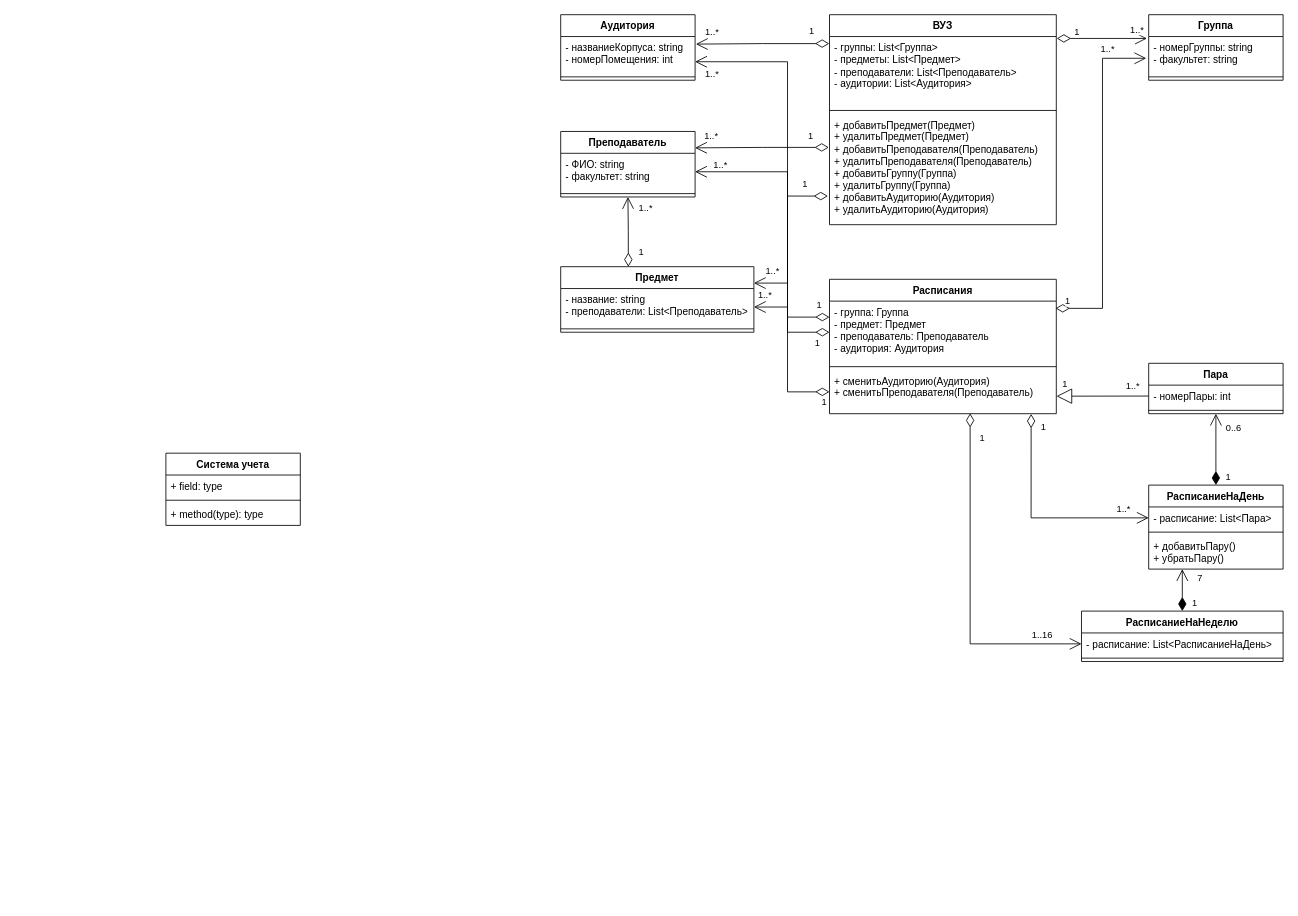
The draw.io diagram Пятая практика.drawio in sergkhr/VUZsystemModeling, before the edit. Source tidied: cells renumbered, new cells numbered last; positions are measured from the earlier drawing's top-left corner, leaving out a move shared by most shapes. Both pictures are drawn from the tidied source at 84%, with x=0, y=0 at pixel (165, 14).
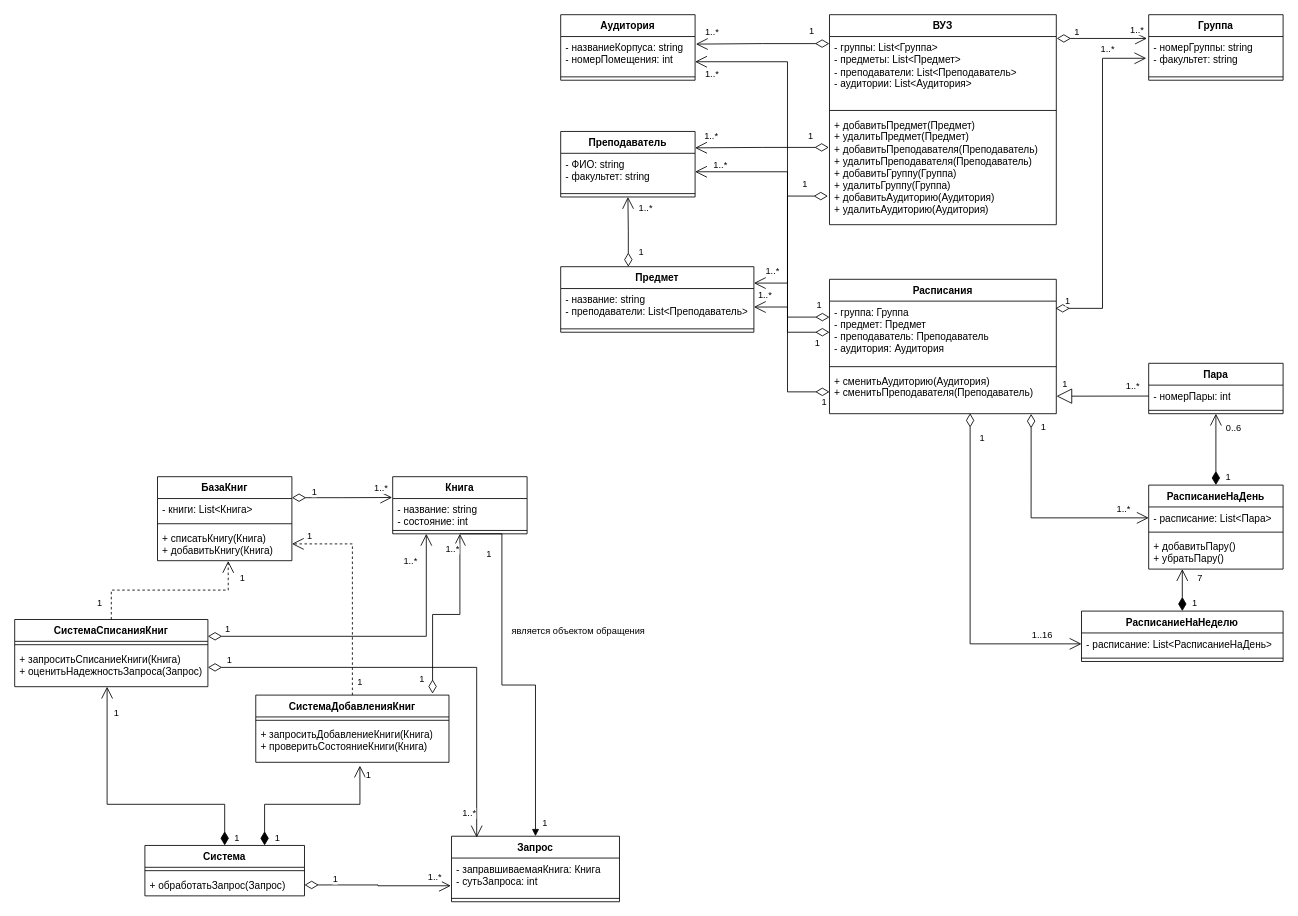
Above is the later version.

What changed in the source:
```diff
@@
-    <mxCell id="60" value="Система учета" style="swimlane;fontStyle=1;align=center;verticalAlign=top;horizontal=1;startSize=26;whiteSpace=wrap;html=1;" parent="1" vertex="1">
-      <mxGeometry y="522" width="160" height="86" as="geometry" />
+    <mxCell id="60" value="БазаКниг" style="swimlane;fontStyle=1;align=center;verticalAlign=top;horizontal=1;startSize=26;whiteSpace=wrap;html=1;" parent="1" vertex="1">
+      <mxGeometry x="-10" y="550" width="160" height="100" as="geometry" />
     </mxCell>
-    <mxCell id="61" value="+ field: type" style="text;strokeColor=none;fillColor=none;align=left;verticalAlign=top;spacingLeft=4;spacingRight=4;overflow=hidden;whiteSpace=wrap;html=1;" parent="60" vertex="1">
+    <mxCell id="61" value="- книги: List&amp;lt;Книга&amp;gt;" style="text;strokeColor=none;fillColor=none;align=left;verticalAlign=top;spacingLeft=4;spacingRight=4;overflow=hidden;whiteSpace=wrap;html=1;" parent="60" vertex="1">
       <mxGeometry y="26" width="160" height="26" as="geometry" />
     </mxCell>
@@
-    <mxCell id="63" value="+ method(type): type" style="text;strokeColor=none;fillColor=none;align=left;verticalAlign=top;spacingLeft=4;spacingRight=4;overflow=hidden;points=[[0,0.5],[1,0.5]];portConstraint=eastwest;whiteSpace=wrap;html=1;" parent="60" vertex="1">
-      <mxGeometry y="60" width="160" height="26" as="geometry" />
+    <mxCell id="63" value="+ списатьКнигу(Книга)&lt;br&gt;+ добавитьКнигу(Книга)" style="text;strokeColor=none;fillColor=none;align=left;verticalAlign=top;spacingLeft=4;spacingRight=4;overflow=hidden;points=[[0,0.5],[1,0.5]];portConstraint=eastwest;whiteSpace=wrap;html=1;" parent="60" vertex="1">
+      <mxGeometry y="60" width="160" height="40" as="geometry" />
     </mxCell>
+    <mxCell id="64" value="Книга" style="swimlane;fontStyle=1;align=center;verticalAlign=top;horizontal=1;startSize=26;whiteSpace=wrap;html=1;" parent="1" vertex="1">
+      <mxGeometry x="270" y="550" width="160" height="68" as="geometry" />
+    </mxCell>
+    <mxCell id="65" value="- название: string&lt;br&gt;- состояние: int" style="text;strokeColor=none;fillColor=none;align=left;verticalAlign=top;spacingLeft=4;spacingRight=4;overflow=hidden;points=[[0,0.5],[1,0.5]];portConstraint=eastwest;whiteSpace=wrap;html=1;" parent="64" vertex="1">
+      <mxGeometry y="26" width="160" height="34" as="geometry" />
+    </mxCell>
+    <mxCell id="66" style="line;strokeWidth=1;fillColor=none;align=left;verticalAlign=middle;spacingTop=-1;spacingLeft=3;spacingRight=3;labelPosition=right;strokeColor=inherit;" parent="64" vertex="1">
+      <mxGeometry y="60" width="160" height="8" as="geometry" />
+    </mxCell>
+    <mxCell id="67" value="1" style="endArrow=open;html=1;endSize=12;startArrow=diamondThin;startSize=14;startFill=0;edgeStyle=orthogonalEdgeStyle;align=left;verticalAlign=bottom;rounded=0;exitX=1;exitY=0.25;exitDx=0;exitDy=0;entryX=-0.004;entryY=-0.036;entryDx=0;entryDy=0;entryPerimeter=0;" parent="1" edge="1" source="60" target="65">
+      <mxGeometry x="-0.64" y="-2" relative="1" as="geometry" />
+    </mxCell>
+    <mxCell id="68" value="1..*" style="edgeLabel;html=1;align=center;verticalAlign=middle;" parent="67" vertex="1">
+      <mxGeometry x="0.77" y="-2" relative="1" as="geometry">
+        <mxPoint y="-13" as="offset" />
+      </mxGeometry>
+    </mxCell>
+    <mxCell id="69" value="СистемаСписанияКниг" style="swimlane;fontStyle=1;align=center;verticalAlign=top;horizontal=1;startSize=26;whiteSpace=wrap;html=1;" parent="1" vertex="1">
+      <mxGeometry x="-180" y="720" width="230" height="80" as="geometry" />
+    </mxCell>
+    <mxCell id="70" style="line;strokeWidth=1;fillColor=none;align=left;verticalAlign=middle;spacingTop=-1;spacingLeft=3;spacingRight=3;labelPosition=right;strokeColor=inherit;" parent="69" vertex="1">
+      <mxGeometry y="26" width="230" height="8" as="geometry" />
+    </mxCell>
+    <mxCell id="71" value="+ запроситьСписаниеКниги(Книга)&lt;br&gt;+ оценитьНадежностьЗапроса(Запрос)" style="text;strokeColor=none;fillColor=none;align=left;verticalAlign=top;spacingLeft=4;spacingRight=4;overflow=hidden;points=[[0,0.5],[1,0.5]];portConstraint=eastwest;whiteSpace=wrap;html=1;" parent="69" vertex="1">
+      <mxGeometry y="34" width="230" height="46" as="geometry" />
+    </mxCell>
+    <mxCell id="72" value="СистемаДобавленияКниг" style="swimlane;fontStyle=1;align=center;verticalAlign=top;horizontal=1;startSize=26;whiteSpace=wrap;html=1;" parent="1" vertex="1">
+      <mxGeometry x="107" y="810" width="230" height="80" as="geometry" />
+    </mxCell>
+    <mxCell id="73" style="line;strokeWidth=1;fillColor=none;align=left;verticalAlign=middle;spacingTop=-1;spacingLeft=3;spacingRight=3;labelPosition=right;strokeColor=inherit;" parent="72" vertex="1">
+      <mxGeometry y="26" width="230" height="8" as="geometry" />
+    </mxCell>
+    <mxCell id="74" value="+ запроситьДобавлениеКниги(Книга)&lt;br&gt;+ проверитьСостояниеКниги(Книга)" style="text;strokeColor=none;fillColor=none;align=left;verticalAlign=top;spacingLeft=4;spacingRight=4;overflow=hidden;points=[[0,0.5],[1,0.5]];portConstraint=eastwest;whiteSpace=wrap;html=1;" parent="72" vertex="1">
+      <mxGeometry y="34" width="230" height="46" as="geometry" />
+    </mxCell>
+    <mxCell id="75" value="Система" style="swimlane;fontStyle=1;align=center;verticalAlign=top;horizontal=1;startSize=26;whiteSpace=wrap;html=1;" parent="1" vertex="1">
+      <mxGeometry x="-25" y="989" width="190" height="60" as="geometry" />
+    </mxCell>
+    <mxCell id="76" style="line;strokeWidth=1;fillColor=none;align=left;verticalAlign=middle;spacingTop=-1;spacingLeft=3;spacingRight=3;labelPosition=right;strokeColor=inherit;" parent="75" vertex="1">
+      <mxGeometry y="26" width="190" height="8" as="geometry" />
+    </mxCell>
+    <mxCell id="77" value="+ обработатьЗапрос(Запрос)" style="text;strokeColor=none;fillColor=none;align=left;verticalAlign=top;spacingLeft=4;spacingRight=4;overflow=hidden;points=[[0,0.5],[1,0.5]];portConstraint=eastwest;whiteSpace=wrap;html=1;" parent="75" vertex="1">
+      <mxGeometry y="34" width="190" height="26" as="geometry" />
+    </mxCell>
+    <mxCell id="78" value="Запрос" style="swimlane;fontStyle=1;align=center;verticalAlign=top;horizontal=1;startSize=26;whiteSpace=wrap;html=1;" parent="1" vertex="1">
+      <mxGeometry x="340" y="978" width="200" height="78" as="geometry" />
+    </mxCell>
+    <mxCell id="79" value="- заправшиваемаяКнига: Книга&lt;br&gt;- сутьЗапроса: int" style="text;strokeColor=none;fillColor=none;align=left;verticalAlign=top;spacingLeft=4;spacingRight=4;overflow=hidden;points=[[0,0.5],[1,0.5]];portConstraint=eastwest;whiteSpace=wrap;html=1;" parent="78" vertex="1">
+      <mxGeometry y="26" width="200" height="44" as="geometry" />
+    </mxCell>
+    <mxCell id="80" style="line;strokeWidth=1;fillColor=none;align=left;verticalAlign=middle;spacingTop=-1;spacingLeft=3;spacingRight=3;labelPosition=right;strokeColor=inherit;" parent="78" vertex="1">
+      <mxGeometry y="70" width="200" height="8" as="geometry" />
+    </mxCell>
+    <mxCell id="81" value="1" style="endArrow=open;html=1;endSize=12;startArrow=diamondThin;startSize=14;startFill=0;edgeStyle=orthogonalEdgeStyle;align=left;verticalAlign=bottom;rounded=0;exitX=1;exitY=0.5;exitDx=0;exitDy=0;entryX=-0.004;entryY=0.75;entryDx=0;entryDy=0;entryPerimeter=0;" parent="1" edge="1" source="77" target="79">
+      <mxGeometry x="-0.64" y="-2" relative="1" as="geometry" />
+    </mxCell>
+    <mxCell id="82" value="1..*" style="edgeLabel;html=1;align=center;verticalAlign=middle;" parent="81" vertex="1">
+      <mxGeometry x="0.77" y="-2" relative="1" as="geometry">
+        <mxPoint y="-13" as="offset" />
+      </mxGeometry>
+    </mxCell>
+    <mxCell id="83" value="является объектом обращения" style="endArrow=block;endFill=1;html=1;edgeStyle=orthogonalEdgeStyle;align=left;verticalAlign=top;rounded=0;exitX=0.5;exitY=1;exitDx=0;exitDy=0;entryX=0.5;entryY=0;entryDx=0;entryDy=0;" parent="1" edge="1" source="64" target="78">
+      <mxGeometry x="-0.32" y="10" relative="1" as="geometry">
+        <Array as="points">
+          <mxPoint x="400" y="618" />
+          <mxPoint x="400" y="798" />
+          <mxPoint x="440" y="798" />
+        </Array>
+      </mxGeometry>
+    </mxCell>
+    <mxCell id="84" value="1" style="edgeLabel;html=1;align=left;verticalAlign=bottom;" parent="83" vertex="1">
+      <mxGeometry x="-1" relative="1" as="geometry">
+        <mxPoint x="30" y="32" as="offset" />
+      </mxGeometry>
+    </mxCell>
+    <mxCell id="85" value="1" style="edgeLabel;html=1;align=center;verticalAlign=middle;" parent="83" vertex="1">
+      <mxGeometry x="0.93" y="1" relative="1" as="geometry">
+        <mxPoint x="9" y="-1" as="offset" />
+      </mxGeometry>
+    </mxCell>
+    <mxCell id="86" value="1" style="endArrow=open;html=1;endSize=12;startArrow=diamondThin;startSize=14;startFill=0;edgeStyle=orthogonalEdgeStyle;align=left;verticalAlign=bottom;rounded=0;exitX=1;exitY=0.25;exitDx=0;exitDy=0;entryX=0.25;entryY=1;entryDx=0;entryDy=0;" parent="1" edge="1" source="69" target="64">
+      <mxGeometry x="-0.9" relative="1" as="geometry" />
+    </mxCell>
+    <mxCell id="87" value="1..*" style="edgeLabel;html=1;align=center;verticalAlign=middle;" parent="86" vertex="1">
+      <mxGeometry x="0.77" y="-2" relative="1" as="geometry">
+        <mxPoint x="-22" y="-13" as="offset" />
+      </mxGeometry>
+    </mxCell>
+    <mxCell id="88" value="1" style="endArrow=open;html=1;endSize=12;startArrow=diamondThin;startSize=14;startFill=0;edgeStyle=orthogonalEdgeStyle;align=left;verticalAlign=bottom;rounded=0;exitX=0.915;exitY=-0.022;exitDx=0;exitDy=0;entryX=0.5;entryY=1;entryDx=0;entryDy=0;exitPerimeter=0;" parent="1" edge="1" source="72" target="64">
+      <mxGeometry x="-0.93" y="17" relative="1" as="geometry" />
+    </mxCell>
+    <mxCell id="89" value="1..*" style="edgeLabel;html=1;align=center;verticalAlign=middle;" parent="88" vertex="1">
+      <mxGeometry x="0.77" y="-2" relative="1" as="geometry">
+        <mxPoint x="-12" y="-8" as="offset" />
+      </mxGeometry>
+    </mxCell>
+    <mxCell id="90" value="1" style="endArrow=open;html=1;endSize=12;startArrow=diamondThin;startSize=14;startFill=0;edgeStyle=orthogonalEdgeStyle;align=left;verticalAlign=bottom;rounded=0;exitX=1;exitY=0.5;exitDx=0;exitDy=0;entryX=0.15;entryY=0.019;entryDx=0;entryDy=0;entryPerimeter=0;" parent="1" edge="1" source="71" target="78">
+      <mxGeometry x="-0.92" relative="1" as="geometry" />
+    </mxCell>
+    <mxCell id="91" value="1..*" style="edgeLabel;html=1;align=center;verticalAlign=middle;" parent="90" vertex="1">
+      <mxGeometry x="0.77" y="-2" relative="1" as="geometry">
+        <mxPoint x="-8" y="31" as="offset" />
+      </mxGeometry>
+    </mxCell>
+    <mxCell id="92" style="endArrow=open;endSize=12;dashed=1;html=1;rounded=0;edgeStyle=orthogonalEdgeStyle;exitX=0.5;exitY=0;exitDx=0;exitDy=0;entryX=0.526;entryY=1.008;entryDx=0;entryDy=0;entryPerimeter=0;" parent="1" edge="1" source="69" target="63">
+      <mxGeometry relative="1" as="geometry" />
+    </mxCell>
+    <mxCell id="93" value="1" style="edgeLabel;html=1;align=center;verticalAlign=middle;" parent="92" vertex="1">
+      <mxGeometry x="-0.71" y="-1" relative="1" as="geometry">
+        <mxPoint x="-16" y="10" as="offset" />
+      </mxGeometry>
+    </mxCell>
+    <mxCell id="94" value="1" style="edgeLabel;html=1;align=center;verticalAlign=middle;" parent="92" vertex="1">
+      <mxGeometry x="0.67" y="-4" relative="1" as="geometry">
+        <mxPoint x="12" y="-15" as="offset" />
+      </mxGeometry>
+    </mxCell>
+    <mxCell id="95" style="endArrow=open;endSize=12;dashed=1;html=1;rounded=0;edgeStyle=orthogonalEdgeStyle;exitX=0.5;exitY=0;exitDx=0;exitDy=0;entryX=1;entryY=0.5;entryDx=0;entryDy=0;" parent="1" edge="1" source="72" target="63">
+      <mxGeometry relative="1" as="geometry" />
+    </mxCell>
+    <mxCell id="96" value="1" style="edgeLabel;html=1;align=center;verticalAlign=middle;" parent="95" vertex="1">
+      <mxGeometry x="0.86" y="3" relative="1" as="geometry">
+        <mxPoint x="2" y="-13" as="offset" />
+      </mxGeometry>
+    </mxCell>
+    <mxCell id="97" value="1" style="edgeLabel;html=1;align=center;verticalAlign=middle;" parent="95" vertex="1">
+      <mxGeometry x="-0.87" y="1" relative="1" as="geometry">
+        <mxPoint x="9" as="offset" />
+      </mxGeometry>
+    </mxCell>
+    <mxCell id="98" value="1" style="endArrow=open;html=1;endSize=12;startArrow=diamondThin;startSize=14;startFill=1;edgeStyle=orthogonalEdgeStyle;align=left;verticalAlign=bottom;rounded=0;exitX=0.5;exitY=0;exitDx=0;exitDy=0;" parent="1" edge="1" source="75">
+      <mxGeometry x="-1" y="-10" relative="1" as="geometry">
+        <mxPoint x="-70" y="800" as="targetPoint" />
+        <Array as="points">
+          <mxPoint x="70" y="940" />
+          <mxPoint x="-70" y="940" />
+          <mxPoint x="-70" y="799" />
+        </Array>
+      </mxGeometry>
+    </mxCell>
+    <mxCell id="99" value="1" style="edgeLabel;html=1;align=center;verticalAlign=middle;" parent="98" vertex="1">
+      <mxGeometry x="0.67" y="-1" relative="1" as="geometry">
+        <mxPoint x="9" y="-24" as="offset" />
+      </mxGeometry>
+    </mxCell>
+    <mxCell id="100" value="1" style="endArrow=open;html=1;endSize=12;startArrow=diamondThin;startSize=14;startFill=1;edgeStyle=orthogonalEdgeStyle;align=left;verticalAlign=bottom;rounded=0;exitX=0.75;exitY=0;exitDx=0;exitDy=0;entryX=0.539;entryY=1.087;entryDx=0;entryDy=0;entryPerimeter=0;" parent="1" edge="1" source="75" target="74">
+      <mxGeometry x="-1" y="-10" relative="1" as="geometry">
+        <Array as="points">
+          <mxPoint x="118" y="940" />
+          <mxPoint x="231" y="940" />
+        </Array>
+      </mxGeometry>
+    </mxCell>
+    <mxCell id="101" value="1" style="edgeLabel;html=1;align=center;verticalAlign=middle;" parent="100" vertex="1">
+      <mxGeometry x="0.67" y="-1" relative="1" as="geometry">
+        <mxPoint x="9" y="-24" as="offset" />
+      </mxGeometry>
+    </mxCell>
```
